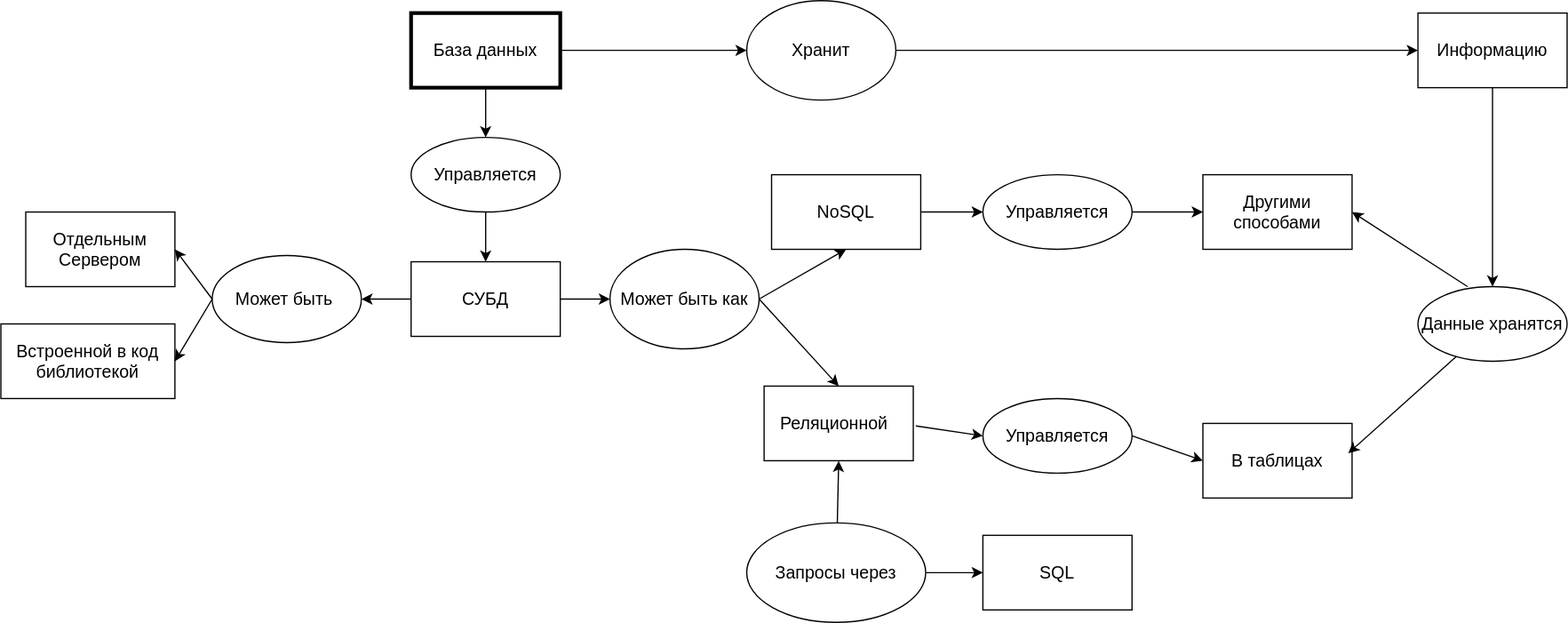
Above: assets/concept_map.svg in vndv/querynomicon (draw.io), before the change. Source tidied: cells renumbered, new cells last; positions are measured from the earlier drawing's top-left corner, leaving out a move shared by most shapes.
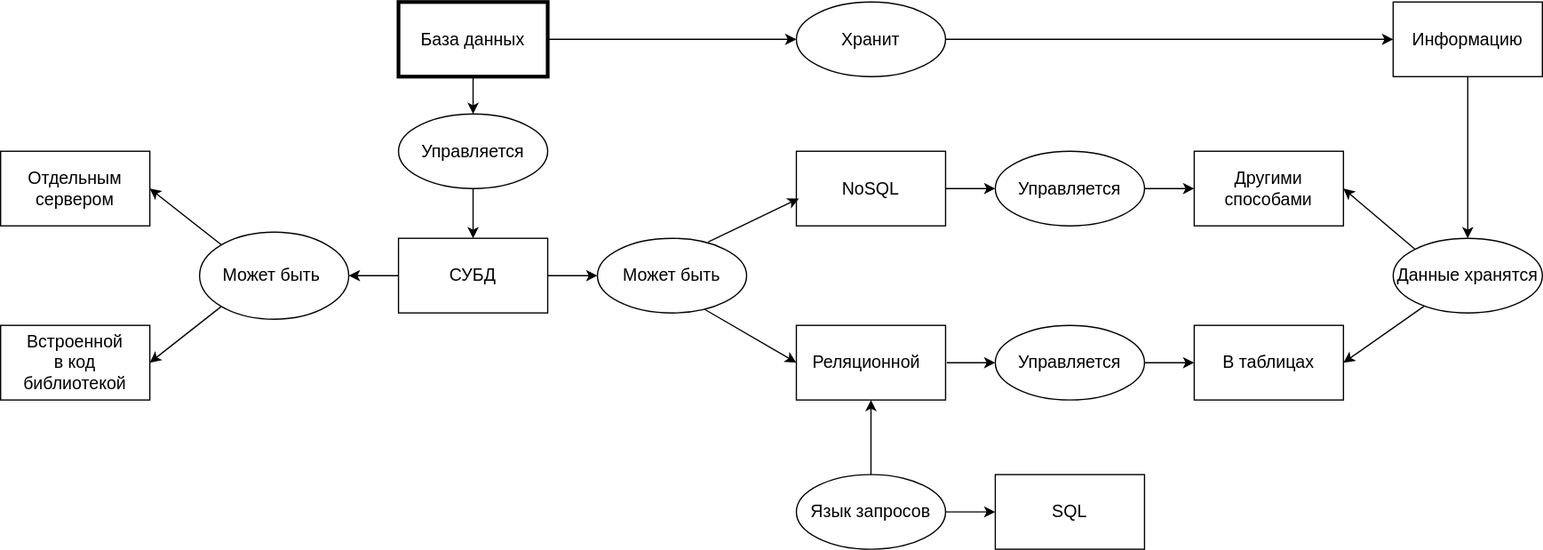
After the commit.

Commit message:
fix: svg elements size & position

What changed in the source:
```diff
@@ -3,110 +3,110 @@
     <mxCell id="0" />
     <mxCell id="1" parent="0" />
     <mxCell id="2" value="&lt;font style=&quot;font-size: 14px;&quot;&gt;База данных&lt;/font&gt;" style="rounded=0;whiteSpace=wrap;html=1;strokeWidth=3;" parent="1" vertex="1">
-      <mxGeometry x="330" y="10" width="120" height="60" as="geometry" />
+      <mxGeometry x="300" y="20" width="120" height="60" as="geometry" />
     </mxCell>
     <mxCell id="3" value="&lt;span style=&quot;font-size: 14px;&quot;&gt;Хранит&lt;/span&gt;" style="ellipse;whiteSpace=wrap;html=1;strokeWidth=1;" parent="1" vertex="1">
-      <mxGeometry x="600" width="120" height="80" as="geometry" />
+      <mxGeometry x="620" y="20" width="120" height="60" as="geometry" />
     </mxCell>
-    <mxCell id="4" style="endArrow=classic;html=1;rounded=0;exitX=1;exitY=0.5;exitDx=0;exitDy=0;strokeWidth=1;" parent="1" edge="1" source="2" target="3">
+    <mxCell id="4" style="endArrow=classic;html=1;rounded=0;exitX=1;exitY=0.5;exitDx=0;exitDy=0;strokeWidth=1;entryX=0;entryY=0.5;entryDx=0;entryDy=0;" parent="1" edge="1" source="2" target="3">
       <mxGeometry relative="1" as="geometry" />
     </mxCell>
     <mxCell id="5" value="&lt;font style=&quot;font-size: 14px;&quot;&gt;Информацию&lt;/font&gt;" style="rounded=0;whiteSpace=wrap;html=1;strokeWidth=1;" parent="1" vertex="1">
-      <mxGeometry x="1140" y="10" width="120" height="60" as="geometry" />
+      <mxGeometry x="1100" y="20" width="120" height="60" as="geometry" />
     </mxCell>
     <mxCell id="6" style="endArrow=classic;html=1;rounded=0;exitX=1;exitY=0.5;exitDx=0;exitDy=0;entryX=0;entryY=0.5;entryDx=0;entryDy=0;strokeWidth=1;" parent="1" edge="1" source="3" target="5">
       <mxGeometry relative="1" as="geometry" />
     </mxCell>
     <mxCell id="7" value="&lt;font style=&quot;font-size: 14px;&quot;&gt;Данные хранятся&lt;/font&gt;" style="ellipse;whiteSpace=wrap;html=1;strokeWidth=1;" parent="1" vertex="1">
-      <mxGeometry x="1140" y="230" width="120" height="60" as="geometry" />
+      <mxGeometry x="1100" y="210" width="120" height="60" as="geometry" />
     </mxCell>
     <mxCell id="8" value="&lt;span style=&quot;font-size: 14px;&quot;&gt;Управляется&lt;/span&gt;" style="ellipse;whiteSpace=wrap;html=1;strokeWidth=1;" parent="1" vertex="1">
-      <mxGeometry x="330" y="110" width="120" height="60" as="geometry" />
+      <mxGeometry x="300" y="110" width="120" height="60" as="geometry" />
     </mxCell>
     <mxCell id="9" value="&lt;font style=&quot;font-size: 14px;&quot;&gt;СУБД&lt;/font&gt;" style="rounded=0;whiteSpace=wrap;html=1;strokeWidth=1;" parent="1" vertex="1">
-      <mxGeometry x="330" y="210" width="120" height="60" as="geometry" />
+      <mxGeometry x="300" y="210" width="120" height="60" as="geometry" />
     </mxCell>
     <mxCell id="10" style="endArrow=classic;html=1;rounded=0;exitX=0.5;exitY=1;exitDx=0;exitDy=0;entryX=0.5;entryY=0;entryDx=0;entryDy=0;strokeWidth=1;" parent="1" edge="1" source="8" target="9">
       <mxGeometry relative="1" as="geometry" />
     </mxCell>
     <mxCell id="11" value="&lt;font style=&quot;font-size: 14px;&quot;&gt;Может быть&amp;nbsp;&lt;/font&gt;" style="ellipse;whiteSpace=wrap;html=1;strokeWidth=1;" parent="1" vertex="1">
-      <mxGeometry x="170" y="205" width="120" height="70" as="geometry" />
+      <mxGeometry x="140" y="205" width="120" height="70" as="geometry" />
     </mxCell>
     <mxCell id="12" style="endArrow=classic;html=1;rounded=0;exitX=0;exitY=0.5;exitDx=0;exitDy=0;entryX=1;entryY=0.5;entryDx=0;entryDy=0;strokeWidth=1;" parent="1" edge="1" source="9" target="11">
       <mxGeometry relative="1" as="geometry" />
     </mxCell>
-    <mxCell id="13" value="&lt;span style=&quot;font-size: 14px;&quot;&gt;Отдельным Сервером&lt;/span&gt;" style="rounded=0;whiteSpace=wrap;html=1;strokeWidth=1;" parent="1" vertex="1">
-      <mxGeometry x="20" y="170" width="120" height="60" as="geometry" />
+    <mxCell id="13" value="&lt;span style=&quot;font-size: 14px;&quot;&gt;Отдельным сервером&lt;/span&gt;" style="rounded=0;whiteSpace=wrap;html=1;strokeWidth=1;" parent="1" vertex="1">
+      <mxGeometry x="-20" y="140" width="120" height="60" as="geometry" />
     </mxCell>
-    <mxCell id="14" value="&lt;span style=&quot;font-size: 14px;&quot;&gt;Встроенной в код библиотекой&lt;/span&gt;" style="rounded=0;whiteSpace=wrap;html=1;strokeWidth=1;" parent="1" vertex="1">
-      <mxGeometry y="260" width="140" height="60" as="geometry" />
+    <mxCell id="14" value="&lt;span style=&quot;font-size: 14px;&quot;&gt;Встроенной &lt;br&gt;в код библиотекой&lt;/span&gt;" style="rounded=0;whiteSpace=wrap;html=1;strokeWidth=1;" parent="1" vertex="1">
+      <mxGeometry x="-20" y="280" width="120" height="60" as="geometry" />
     </mxCell>
-    <mxCell id="15" style="endArrow=classic;html=1;rounded=0;exitX=0;exitY=0.5;exitDx=0;exitDy=0;entryX=1;entryY=0.5;entryDx=0;entryDy=0;strokeWidth=1;" parent="1" edge="1" source="11" target="13">
+    <mxCell id="15" style="endArrow=classic;html=1;rounded=0;exitX=0;exitY=0;exitDx=0;exitDy=0;entryX=1;entryY=0.5;entryDx=0;entryDy=0;strokeWidth=1;" parent="1" edge="1" source="11" target="13">
       <mxGeometry relative="1" as="geometry" />
     </mxCell>
-    <mxCell id="16" style="endArrow=classic;html=1;rounded=0;exitX=0;exitY=0.5;exitDx=0;exitDy=0;entryX=1;entryY=0.5;entryDx=0;entryDy=0;strokeWidth=1;" parent="1" edge="1" source="11" target="14">
+    <mxCell id="16" style="endArrow=classic;html=1;rounded=0;exitX=0;exitY=1;exitDx=0;exitDy=0;entryX=1;entryY=0.5;entryDx=0;entryDy=0;strokeWidth=1;" parent="1" edge="1" source="11" target="14">
       <mxGeometry relative="1" as="geometry" />
     </mxCell>
-    <mxCell id="17" value="&lt;font style=&quot;font-size: 14px;&quot;&gt;Может быть как&lt;/font&gt;" style="ellipse;whiteSpace=wrap;html=1;strokeWidth=1;" parent="1" vertex="1">
-      <mxGeometry x="490" y="200" width="120" height="80" as="geometry" />
+    <mxCell id="17" value="&lt;font style=&quot;font-size: 14px;&quot;&gt;Может быть&lt;/font&gt;" style="ellipse;whiteSpace=wrap;html=1;strokeWidth=1;" parent="1" vertex="1">
+      <mxGeometry x="460" y="210" width="120" height="60" as="geometry" />
     </mxCell>
     <mxCell id="18" style="endArrow=classic;html=1;rounded=0;exitX=1;exitY=0.5;exitDx=0;exitDy=0;entryX=0;entryY=0.5;entryDx=0;entryDy=0;strokeWidth=1;" parent="1" edge="1" source="9" target="17">
       <mxGeometry relative="1" as="geometry" />
     </mxCell>
     <mxCell id="19" value="&lt;font style=&quot;font-size: 14px;&quot;&gt;Реляционной&lt;span style=&quot;white-space: pre;&quot;&gt;&#9;&lt;/span&gt;&lt;/font&gt;" style="rounded=0;whiteSpace=wrap;html=1;strokeWidth=1;" parent="1" vertex="1">
-      <mxGeometry x="614" y="310" width="120" height="60" as="geometry" />
+      <mxGeometry x="620" y="280" width="120" height="60" as="geometry" />
     </mxCell>
     <mxCell id="20" value="&lt;font style=&quot;font-size: 14px;&quot;&gt;NoSQL&lt;/font&gt;" style="rounded=0;whiteSpace=wrap;html=1;strokeWidth=1;" parent="1" vertex="1">
       <mxGeometry x="620" y="140" width="120" height="60" as="geometry" />
     </mxCell>
-    <mxCell id="21" style="endArrow=classic;html=1;rounded=0;exitX=1;exitY=0.5;exitDx=0;exitDy=0;entryX=0.5;entryY=0;entryDx=0;entryDy=0;strokeWidth=1;" parent="1" edge="1" source="17" target="19">
+    <mxCell id="21" style="endArrow=classic;html=1;rounded=0;exitX=0.717;exitY=0.95;exitDx=0;exitDy=0;entryX=0;entryY=0.5;entryDx=0;entryDy=0;strokeWidth=1;exitPerimeter=0;" parent="1" edge="1" source="17" target="19">
       <mxGeometry relative="1" as="geometry" />
     </mxCell>
-    <mxCell id="22" style="endArrow=classic;html=1;rounded=0;exitX=1;exitY=0.5;exitDx=0;exitDy=0;entryX=0.5;entryY=1;entryDx=0;entryDy=0;strokeWidth=1;" parent="1" edge="1" source="17" target="20">
+    <mxCell id="22" style="endArrow=classic;html=1;rounded=0;exitX=0.742;exitY=0.05;exitDx=0;exitDy=0;entryX=0.017;entryY=0.633;entryDx=0;entryDy=0;strokeWidth=1;entryPerimeter=0;exitPerimeter=0;" parent="1" edge="1" source="17" target="20">
       <mxGeometry relative="1" as="geometry" />
     </mxCell>
     <mxCell id="23" value="&lt;font style=&quot;font-size: 14px;&quot;&gt;Управляется&lt;/font&gt;" style="ellipse;whiteSpace=wrap;html=1;strokeWidth=1;" parent="1" vertex="1">
-      <mxGeometry x="790" y="140" width="120" height="60" as="geometry" />
+      <mxGeometry x="780" y="140" width="120" height="60" as="geometry" />
     </mxCell>
     <mxCell id="24" style="endArrow=classic;html=1;rounded=0;entryX=0;entryY=0.5;entryDx=0;entryDy=0;exitX=1;exitY=0.5;exitDx=0;exitDy=0;strokeWidth=1;" parent="1" edge="1" source="20" target="23">
       <mxGeometry relative="1" as="geometry" />
     </mxCell>
     <mxCell id="25" value="&lt;font style=&quot;font-size: 14px;&quot;&gt;Управляется&lt;/font&gt;" style="ellipse;whiteSpace=wrap;html=1;strokeWidth=1;" parent="1" vertex="1">
-      <mxGeometry x="790" y="320" width="120" height="60" as="geometry" />
+      <mxGeometry x="780" y="280" width="120" height="60" as="geometry" />
     </mxCell>
     <mxCell id="26" style="endArrow=classic;html=1;rounded=0;entryX=0;entryY=0.5;entryDx=0;entryDy=0;strokeWidth=1;" parent="1" edge="1" target="25">
       <mxGeometry relative="1" as="geometry">
-        <mxPoint x="736" y="342" as="sourcePoint" />
+        <mxPoint x="741" y="310" as="sourcePoint" />
       </mxGeometry>
     </mxCell>
     <mxCell id="27" value="&lt;font style=&quot;font-size: 14px;&quot;&gt;В таблицах&lt;/font&gt;" style="rounded=0;whiteSpace=wrap;html=1;strokeWidth=1;" parent="1" vertex="1">
-      <mxGeometry x="967" y="340" width="120" height="60" as="geometry" />
+      <mxGeometry x="940" y="280" width="120" height="60" as="geometry" />
     </mxCell>
     <mxCell id="28" value="&lt;font style=&quot;font-size: 14px;&quot;&gt;Другими способами&lt;/font&gt;" style="rounded=0;whiteSpace=wrap;html=1;strokeWidth=1;" parent="1" vertex="1">
-      <mxGeometry x="967" y="140" width="120" height="60" as="geometry" />
+      <mxGeometry x="940" y="140" width="120" height="60" as="geometry" />
     </mxCell>
     <mxCell id="29" style="endArrow=classic;html=1;rounded=0;exitX=1;exitY=0.5;exitDx=0;exitDy=0;entryX=0;entryY=0.5;entryDx=0;entryDy=0;strokeWidth=1;" parent="1" edge="1" source="23" target="28">
       <mxGeometry relative="1" as="geometry" />
     </mxCell>
-    <mxCell id="30" style="endArrow=classic;html=1;rounded=0;exitX=0.333;exitY=0;exitDx=0;exitDy=0;exitPerimeter=0;entryX=1;entryY=0.5;entryDx=0;entryDy=0;strokeWidth=1;" parent="1" edge="1" source="7" target="28">
+    <mxCell id="30" style="endArrow=classic;html=1;rounded=0;exitX=0;exitY=0;exitDx=0;exitDy=0;entryX=1;entryY=0.5;entryDx=0;entryDy=0;strokeWidth=1;" parent="1" edge="1" source="7" target="28">
       <mxGeometry relative="1" as="geometry" />
     </mxCell>
-    <mxCell id="31" style="endArrow=classic;html=1;rounded=0;entryX=0.975;entryY=0.4;entryDx=0;entryDy=0;entryPerimeter=0;strokeWidth=1;" parent="1" edge="1" source="7" target="27">
+    <mxCell id="31" style="endArrow=classic;html=1;rounded=0;strokeWidth=1;entryX=1;entryY=0.5;entryDx=0;entryDy=0;" parent="1" edge="1" source="7" target="27">
       <mxGeometry relative="1" as="geometry" />
     </mxCell>
     <mxCell id="32" style="edgeStyle=orthogonalEdgeStyle;rounded=0;jettySize=auto;html=1;entryX=0;entryY=0.5;entryDx=0;entryDy=0;" parent="1" edge="1" source="33" target="34">
       <mxGeometry relative="1" as="geometry" />
     </mxCell>
-    <mxCell id="33" value="&lt;font style=&quot;font-size: 14px;&quot;&gt;Запросы через&lt;/font&gt;" style="ellipse;whiteSpace=wrap;html=1;strokeWidth=1;" parent="1" vertex="1">
-      <mxGeometry x="600" y="420" width="144" height="80" as="geometry" />
+    <mxCell id="33" value="&lt;font style=&quot;font-size: 14px;&quot;&gt;Язык запросов&lt;/font&gt;" style="ellipse;whiteSpace=wrap;html=1;strokeWidth=1;" parent="1" vertex="1">
+      <mxGeometry x="620" y="400" width="120" height="60" as="geometry" />
     </mxCell>
     <mxCell id="34" value="&lt;font style=&quot;font-size: 14px;&quot;&gt;SQL&lt;/font&gt;" style="rounded=0;whiteSpace=wrap;html=1;strokeWidth=1;" parent="1" vertex="1">
-      <mxGeometry x="790" y="430" width="120" height="60" as="geometry" />
+      <mxGeometry x="780" y="400" width="120" height="60" as="geometry" />
     </mxCell>
     <mxCell id="35" style="endArrow=classic;html=1;rounded=0;entryX=0;entryY=0.5;entryDx=0;entryDy=0;exitX=1;exitY=0.5;exitDx=0;exitDy=0;" parent="1" edge="1" source="25" target="27">
       <mxGeometry relative="1" as="geometry" />
     </mxCell>
-    <mxCell id="36" style="endArrow=classic;html=1;rounded=0;entryX=0.5;entryY=1;entryDx=0;entryDy=0;" parent="1" edge="1" source="33" target="19">
+    <mxCell id="36" style="endArrow=classic;html=1;rounded=0;exitX=0.5;exitY=0;exitDx=0;exitDy=0;entryX=0.5;entryY=1;entryDx=0;entryDy=0;" parent="1" edge="1" source="33" target="19">
       <mxGeometry relative="1" as="geometry" />
     </mxCell>
     <mxCell id="37" style="endArrow=classic;html=1;rounded=0;exitX=0.5;exitY=1;exitDx=0;exitDy=0;entryX=0.5;entryY=0;entryDx=0;entryDy=0;" parent="1" edge="1" source="5" target="7">
```
